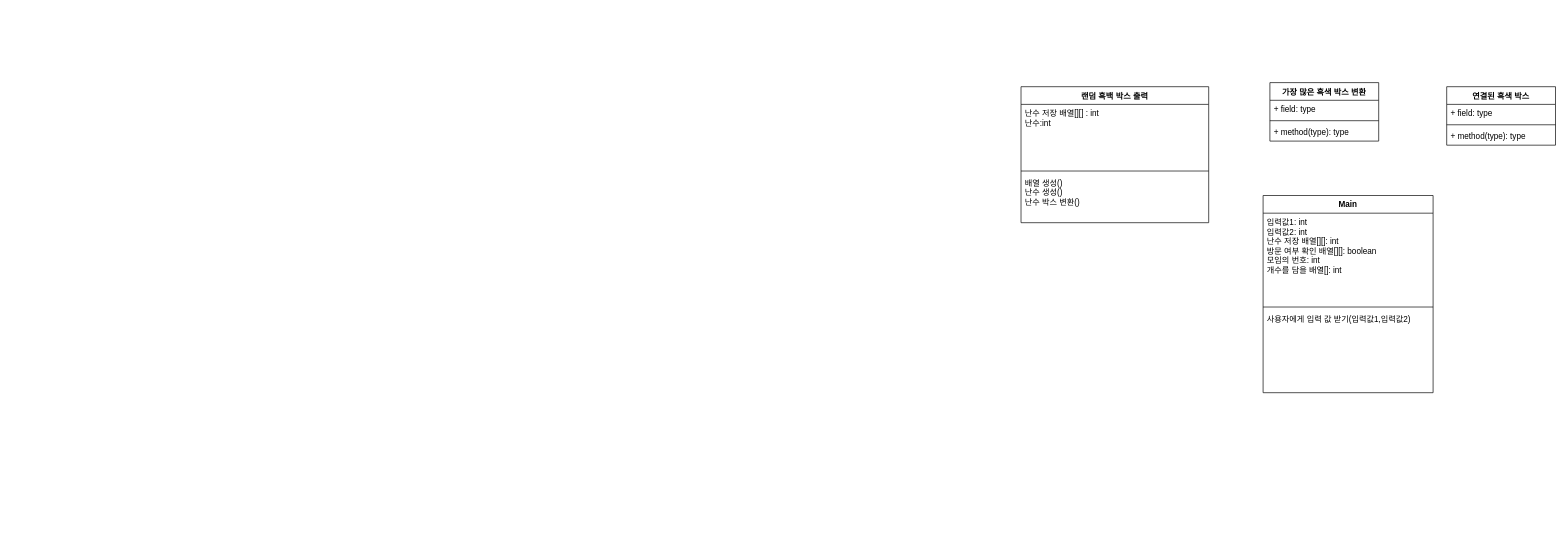
Above: Untitled Diagram.drawio in ricecakeson/LargeBox (draw.io), before the change. Source tidied: cells renumbered, new cells numbered last; positions are measured from the earlier drawing's top-left corner, leaving out a move shared by most shapes. Both pictures are drawn from the tidied source at 68%, with x=0, y=0 at pixel (1021, 82).
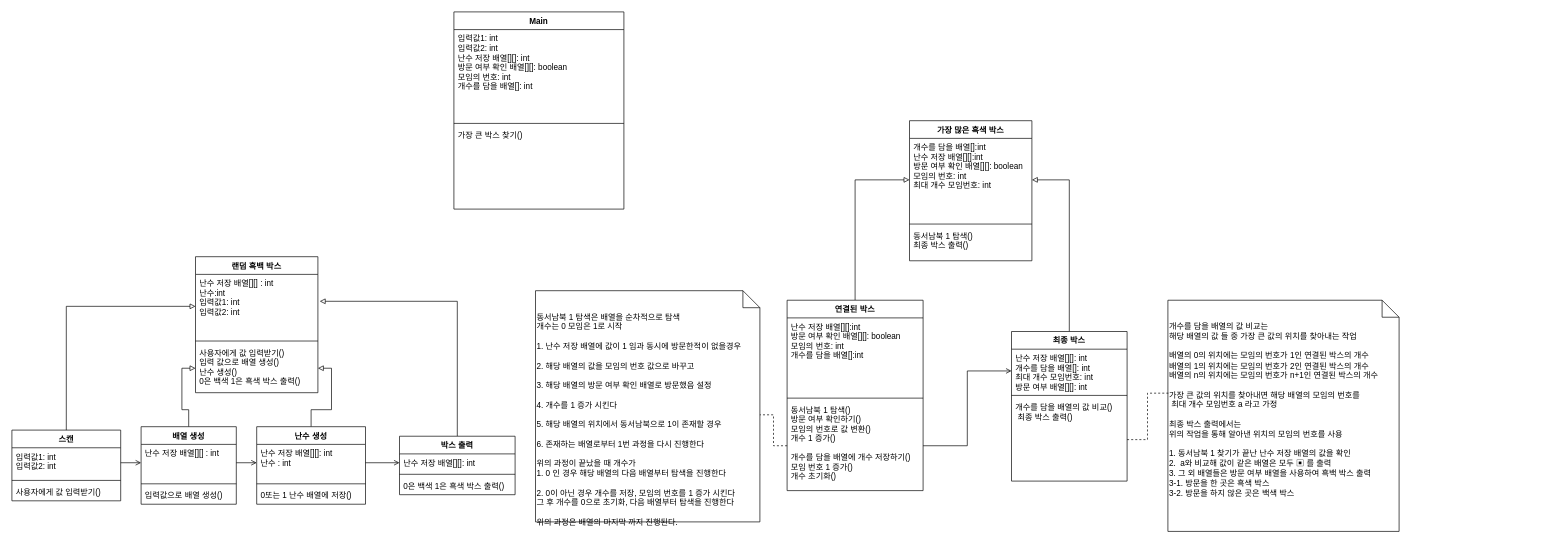
Above is the later version.

Commit message:
Large Box

Diff of the diagram source:
```diff
@@
-    <mxCell id="2" value="랜덤 흑백 박스 출력" style="swimlane;fontStyle=1;align=center;verticalAlign=top;horizontal=1;startSize=26;" parent="1" vertex="1">
-      <mxGeometry y="6" width="276" height="200" as="geometry" />
+    <mxCell id="2" value="랜덤 흑백 박스" style="swimlane;fontStyle=1;align=center;verticalAlign=top;horizontal=1;startSize=26;" parent="1" vertex="1">
+      <mxGeometry x="-1214" y="256" width="180" height="200" as="geometry" />
     </mxCell>
-    <mxCell id="3" value="난수 저장 배열[][] : int&#10;난수:int" style="text;strokeColor=none;fillColor=none;align=left;verticalAlign=top;spacingLeft=4;spacingRight=4;overflow=hidden;points=[[0,0.5],[1,0.5]];portConstraint=eastwest;" parent="2" vertex="1">
-      <mxGeometry y="26" width="276" height="94" as="geometry" />
+    <mxCell id="3" value="난수 저장 배열[][] : int&#10;난수:int&#10;입력값1: int&#10;입력값2: int" style="text;strokeColor=none;fillColor=none;align=left;verticalAlign=top;spacingLeft=4;spacingRight=4;overflow=hidden;points=[[0,0.5],[1,0.5]];portConstraint=eastwest;" parent="2" vertex="1">
+      <mxGeometry y="26" width="180" height="94" as="geometry" />
     </mxCell>
     <mxCell id="4" style="line;strokeWidth=1;fillColor=none;align=left;verticalAlign=middle;spacingTop=-1;spacingLeft=3;spacingRight=3;labelPosition=right;" parent="2" vertex="1">
-      <mxGeometry y="120" width="276" height="8" as="geometry" />
+      <mxGeometry y="120" width="180" height="8" as="geometry" />
     </mxCell>
-    <mxCell id="5" value="배열 생성()&#10;난수 생성()&#10;난수 박스 변환()&#10;" style="text;strokeColor=none;fillColor=none;align=left;verticalAlign=top;spacingLeft=4;spacingRight=4;overflow=hidden;points=[[0,0.5],[1,0.5]];portConstraint=eastwest;" parent="2" vertex="1">
-      <mxGeometry y="128" width="276" height="72" as="geometry" />
+    <mxCell id="5" value="사용자에게 값 입력받기()&#10;입력 값으로 배열 생성()&#10;난수 생성()&#10;0은 백색 1은 흑색 박스 출력()&#10;" style="text;strokeColor=none;fillColor=none;align=left;verticalAlign=top;spacingLeft=4;spacingRight=4;overflow=hidden;points=[[0,0.5],[1,0.5]];portConstraint=eastwest;" parent="2" vertex="1">
+      <mxGeometry y="128" width="180" height="72" as="geometry" />
     </mxCell>
     <mxCell id="6" value="Main" style="swimlane;fontStyle=1;align=center;verticalAlign=top;horizontal=1;startSize=26;" parent="1" vertex="1">
-      <mxGeometry x="356" y="166" width="250" height="290" as="geometry" />
+      <mxGeometry x="-834" y="-104" width="250" height="290" as="geometry" />
     </mxCell>
@@
-    <mxCell id="9" value="사용자에게 입력 값 받기(입력값1,입력값2)&#10;" style="text;strokeColor=none;fillColor=none;align=left;verticalAlign=top;spacingLeft=4;spacingRight=4;overflow=hidden;" parent="6" vertex="1">
+    <mxCell id="9" value="가장 큰 박스 찾기()&#10;" style="text;strokeColor=none;fillColor=none;align=left;verticalAlign=top;spacingLeft=4;spacingRight=4;overflow=hidden;" parent="6" vertex="1">
       <mxGeometry y="168" width="250" height="122" as="geometry" />
     </mxCell>
-    <mxCell id="10" value="연결된 흑색 박스" style="swimlane;fontStyle=1;align=center;verticalAlign=top;horizontal=1;startSize=26;" parent="1" vertex="1">
-      <mxGeometry x="626" y="6" width="160" height="86" as="geometry" />
-    </mxCell>
-    <mxCell id="11" value="+ field: type" style="text;strokeColor=none;fillColor=none;align=left;verticalAlign=top;spacingLeft=4;spacingRight=4;overflow=hidden;" parent="10" vertex="1">
-      <mxGeometry y="26" width="160" height="26" as="geometry" />
-    </mxCell>
-    <mxCell id="12" style="line;strokeWidth=1;fillColor=none;align=left;verticalAlign=middle;spacingTop=-1;spacingLeft=3;spacingRight=3;labelPosition=right;" parent="10" vertex="1">
-      <mxGeometry y="52" width="160" height="8" as="geometry" />
-    </mxCell>
-    <mxCell id="13" value="+ method(type): type" style="text;strokeColor=none;fillColor=none;align=left;verticalAlign=top;spacingLeft=4;spacingRight=4;overflow=hidden;" parent="10" vertex="1">
-      <mxGeometry y="60" width="160" height="26" as="geometry" />
-    </mxCell>
-    <mxCell id="14" value="가장 많은 흑색 박스 변환" style="swimlane;fontStyle=1;align=center;verticalAlign=top;horizontal=1;startSize=26;" parent="1" vertex="1">
-      <mxGeometry x="366" width="160" height="86" as="geometry" />
+    <mxCell id="14" value="가장 많은 흑색 박스" style="swimlane;fontStyle=1;align=center;verticalAlign=top;horizontal=1;startSize=26;" parent="1" vertex="1">
+      <mxGeometry x="-164" y="56" width="180" height="206" as="geometry" />
     </mxCell>
-    <mxCell id="15" value="+ field: type" style="text;strokeColor=none;fillColor=none;align=left;verticalAlign=top;spacingLeft=4;spacingRight=4;overflow=hidden;points=[[0,0.5],[1,0.5]];portConstraint=eastwest;" parent="14" vertex="1">
-      <mxGeometry y="26" width="160" height="26" as="geometry" />
+    <mxCell id="15" value="개수를 담을 배열[]:int&#10;난수 저장 배열[][]:int&#10;방문 여부 확인 배열[][]: boolean&#10;모임의 번호: int&#10;최대 개수 모임번호: int" style="text;strokeColor=none;fillColor=none;align=left;verticalAlign=top;spacingLeft=4;spacingRight=4;overflow=hidden;points=[[0,0.5],[1,0.5]];portConstraint=eastwest;" parent="14" vertex="1">
+      <mxGeometry y="26" width="180" height="122" as="geometry" />
     </mxCell>
     <mxCell id="16" style="line;strokeWidth=1;fillColor=none;align=left;verticalAlign=middle;spacingTop=-1;spacingLeft=3;spacingRight=3;labelPosition=right;" parent="14" vertex="1">
-      <mxGeometry y="52" width="160" height="8" as="geometry" />
+      <mxGeometry y="148" width="180" height="8" as="geometry" />
     </mxCell>
-    <mxCell id="17" value="+ method(type): type" style="text;strokeColor=none;fillColor=none;align=left;verticalAlign=top;spacingLeft=4;spacingRight=4;overflow=hidden;" parent="14" vertex="1">
-      <mxGeometry y="60" width="160" height="26" as="geometry" />
+    <mxCell id="17" value="동서남북 1 탐색()&#10;최종 박스 출력()" style="text;strokeColor=none;fillColor=none;align=left;verticalAlign=top;spacingLeft=4;spacingRight=4;overflow=hidden;" parent="14" vertex="1">
+      <mxGeometry y="156" width="180" height="50" as="geometry" />
     </mxCell>
+    <mxCell id="18" style="edgeStyle=orthogonalEdgeStyle;rounded=0;jettySize=auto;html=1;exitX=0.5;exitY=0;exitDx=0;exitDy=0;entryX=0;entryY=0.5;entryDx=0;entryDy=0;fontSize=12;endArrow=block;endFill=0;" parent="1" edge="1" source="19" target="15">
+      <mxGeometry relative="1" as="geometry" />
+    </mxCell>
+    <mxCell id="19" value="연결된 박스" style="swimlane;fontStyle=1;align=center;verticalAlign=top;horizontal=1;startSize=26;" parent="1" vertex="1">
+      <mxGeometry x="-344" y="320" width="200" height="280" as="geometry" />
+    </mxCell>
+    <mxCell id="20" value="난수 저장 배열[][]:int&#10;방문 여부 확인 배열[][]: boolean&#10;모임의 번호: int&#10;개수를 담을 배열[]:int" style="text;strokeColor=none;fillColor=none;align=left;verticalAlign=top;spacingLeft=4;spacingRight=4;overflow=hidden;" parent="19" vertex="1">
+      <mxGeometry y="26" width="200" height="114" as="geometry" />
+    </mxCell>
+    <mxCell id="21" style="line;strokeWidth=1;fillColor=none;align=left;verticalAlign=middle;spacingTop=-1;spacingLeft=3;spacingRight=3;labelPosition=right;" parent="19" vertex="1">
+      <mxGeometry y="140" width="200" height="8" as="geometry" />
+    </mxCell>
+    <mxCell id="22" value="동서남북 1 탐색()&#10;방문 여부 확인하기()&#10;모임의 번호로 값 변환()&#10;개수 1 증가()&#10;&#10;개수를 담을 배열에 개수 저장하기()&#10;모임 번호 1 증가()&#10;개수 초기화()" style="text;strokeColor=none;fillColor=none;align=left;verticalAlign=top;spacingLeft=4;spacingRight=4;overflow=hidden;points=[[0,0.5],[1,0.5]];portConstraint=eastwest;" parent="19" vertex="1">
+      <mxGeometry y="148" width="200" height="132" as="geometry" />
+    </mxCell>
+    <mxCell id="23" style="edgeStyle=orthogonalEdgeStyle;rounded=0;jettySize=auto;html=1;exitX=0.5;exitY=0;exitDx=0;exitDy=0;entryX=1.015;entryY=0.421;entryDx=0;entryDy=0;entryPerimeter=0;fontSize=12;endArrow=block;endFill=0;" parent="1" edge="1" source="24" target="3">
+      <mxGeometry relative="1" as="geometry" />
+    </mxCell>
+    <mxCell id="24" value="박스 출력" style="swimlane;fontStyle=1;align=center;verticalAlign=top;horizontal=1;startSize=26;" parent="1" vertex="1">
+      <mxGeometry x="-914" y="520" width="170" height="86" as="geometry" />
+    </mxCell>
+    <mxCell id="25" value="난수 저장 배열[][]: int" style="text;strokeColor=none;fillColor=none;align=left;verticalAlign=top;spacingLeft=4;spacingRight=4;overflow=hidden;points=[[0,0.5],[1,0.5]];portConstraint=eastwest;" parent="24" vertex="1">
+      <mxGeometry y="26" width="170" height="26" as="geometry" />
+    </mxCell>
+    <mxCell id="26" style="line;strokeWidth=1;fillColor=none;align=left;verticalAlign=middle;spacingTop=-1;spacingLeft=3;spacingRight=3;labelPosition=right;" parent="24" vertex="1">
+      <mxGeometry y="52" width="170" height="8" as="geometry" />
+    </mxCell>
+    <mxCell id="27" value="0은 백색 1은 흑색 박스 출력()" style="text;strokeColor=none;fillColor=none;align=left;verticalAlign=top;spacingLeft=4;spacingRight=4;overflow=hidden;" parent="24" vertex="1">
+      <mxGeometry y="60" width="170" height="26" as="geometry" />
+    </mxCell>
+    <mxCell id="28" style="edgeStyle=orthogonalEdgeStyle;rounded=0;jettySize=auto;html=1;exitX=0.5;exitY=0;exitDx=0;exitDy=0;entryX=1;entryY=0.5;entryDx=0;entryDy=0;fontSize=12;endArrow=block;endFill=0;" parent="1" edge="1" source="29" target="5">
+      <mxGeometry relative="1" as="geometry" />
+    </mxCell>
+    <mxCell id="29" value="난수 생성" style="swimlane;fontStyle=1;align=center;verticalAlign=top;horizontal=1;startSize=26;" parent="1" vertex="1">
+      <mxGeometry x="-1124" y="506" width="160" height="114" as="geometry" />
+    </mxCell>
+    <mxCell id="30" value="난수 저장 배열[][]: int&#10;난수 : int" style="text;strokeColor=none;fillColor=none;align=left;verticalAlign=top;spacingLeft=4;spacingRight=4;overflow=hidden;points=[[0,0.5],[1,0.5]];portConstraint=eastwest;" parent="29" vertex="1">
+      <mxGeometry y="26" width="160" height="54" as="geometry" />
+    </mxCell>
+    <mxCell id="31" style="line;strokeWidth=1;fillColor=none;align=left;verticalAlign=middle;spacingTop=-1;spacingLeft=3;spacingRight=3;labelPosition=right;" parent="29" vertex="1">
+      <mxGeometry y="80" width="160" height="8" as="geometry" />
+    </mxCell>
+    <mxCell id="32" value="0또는 1 난수 배열에 저장()" style="text;strokeColor=none;fillColor=none;align=left;verticalAlign=top;spacingLeft=4;spacingRight=4;overflow=hidden;" parent="29" vertex="1">
+      <mxGeometry y="88" width="160" height="26" as="geometry" />
+    </mxCell>
+    <mxCell id="33" style="edgeStyle=orthogonalEdgeStyle;rounded=0;jettySize=auto;html=1;exitX=0.5;exitY=0;exitDx=0;exitDy=0;entryX=0;entryY=0.5;entryDx=0;entryDy=0;fontSize=12;endArrow=block;endFill=0;" parent="1" edge="1" source="34" target="5">
+      <mxGeometry relative="1" as="geometry" />
+    </mxCell>
+    <mxCell id="34" value="배열 생성" style="swimlane;fontStyle=1;align=center;verticalAlign=top;horizontal=1;startSize=26;" parent="1" vertex="1">
+      <mxGeometry x="-1294" y="506" width="140" height="114" as="geometry" />
+    </mxCell>
+    <mxCell id="35" value="난수 저장 배열[][] : int" style="text;strokeColor=none;fillColor=none;align=left;verticalAlign=top;spacingLeft=4;spacingRight=4;overflow=hidden;points=[[0,0.5],[1,0.5]];portConstraint=eastwest;" parent="34" vertex="1">
+      <mxGeometry y="26" width="140" height="54" as="geometry" />
+    </mxCell>
+    <mxCell id="36" style="line;strokeWidth=1;fillColor=none;align=left;verticalAlign=middle;spacingTop=-1;spacingLeft=3;spacingRight=3;labelPosition=right;" parent="34" vertex="1">
+      <mxGeometry y="80" width="140" height="8" as="geometry" />
+    </mxCell>
+    <mxCell id="37" value="입력값으로 배열 생성()" style="text;strokeColor=none;fillColor=none;align=left;verticalAlign=top;spacingLeft=4;spacingRight=4;overflow=hidden;" parent="34" vertex="1">
+      <mxGeometry y="88" width="140" height="26" as="geometry" />
+    </mxCell>
+    <mxCell id="38" style="edgeStyle=orthogonalEdgeStyle;rounded=0;jettySize=auto;html=1;exitX=0.5;exitY=0;exitDx=0;exitDy=0;entryX=1;entryY=0.5;entryDx=0;entryDy=0;fontSize=12;endArrow=block;endFill=0;" parent="1" edge="1" source="39" target="15">
+      <mxGeometry relative="1" as="geometry" />
+    </mxCell>
+    <mxCell id="39" value="최종 박스" style="swimlane;fontStyle=1;align=center;verticalAlign=top;horizontal=1;startSize=26;" parent="1" vertex="1">
+      <mxGeometry x="-14" y="366" width="170" height="220" as="geometry" />
+    </mxCell>
+    <mxCell id="40" value="난수 저장 배열[][]: int&#10;개수를 담을 배열[]: int&#10;최대 개수 모임번호: int&#10;방문 여부 배열[][]: int" style="text;strokeColor=none;fillColor=none;align=left;verticalAlign=top;spacingLeft=4;spacingRight=4;overflow=hidden;points=[[0,0.5],[1,0.5]];portConstraint=eastwest;" parent="39" vertex="1">
+      <mxGeometry y="26" width="170" height="64" as="geometry" />
+    </mxCell>
+    <mxCell id="41" style="line;strokeWidth=1;fillColor=none;align=left;verticalAlign=middle;spacingTop=-1;spacingLeft=3;spacingRight=3;labelPosition=right;" parent="39" vertex="1">
+      <mxGeometry y="90" width="170" height="8" as="geometry" />
+    </mxCell>
+    <mxCell id="42" value="개수를 담을 배열의 값 비교()&#10; 최종 박스 출력()  &#10;" style="text;strokeColor=none;fillColor=none;align=left;verticalAlign=top;spacingLeft=4;spacingRight=4;overflow=hidden;points=[[0,0.5],[1,0.5]];portConstraint=eastwest;" parent="39" vertex="1">
+      <mxGeometry y="98" width="170" height="122" as="geometry" />
+    </mxCell>
+    <mxCell id="43" value="&lt;font style=&quot;font-size: 12px&quot;&gt;동서남북 1 탐색은 배열을 순차적으로 탐색&lt;br&gt;개수는 0 모임은 1로 시작&lt;br&gt;&lt;br&gt;1. 난수 저장 배열에 값이 1 임과 동시에 방문한적이 없을경우&lt;br&gt;&lt;br&gt;2. 해당 배열의 값을 모임의 번호 값으로 바꾸고&lt;br&gt;&lt;br&gt;3. 해당 배열의 방문 여부 확인 배열로 방문했음 설정&lt;br&gt;&lt;br&gt;4. 개수를 1 증가 시킨다&lt;br&gt;&lt;br&gt;5. 해당 배열의 위치에서 동서남북으로 1이 존재할 경우&lt;br&gt;&lt;br&gt;6. 존재하는 배열로부터 1번 과정을 다시 진행한다&lt;br&gt;&lt;br&gt;위의 과정이 끝났을 때 개수가 &lt;br&gt;1. 0 인 경우 해당 배열의 다음 배열부터 탐색을 진행한다&lt;br&gt;&lt;br&gt;2. 0이 아닌 경우 개수를 저장, 모임의 번호를 1 증가 시킨다&lt;br&gt;그 후 개수를 0으로 초기화, 다음 배열부터 탐색을 진행한다&lt;br&gt;&lt;br&gt;위의 과정은 배열의 마지막 까지 진행된다.&lt;br&gt;&lt;/font&gt;" style="shape=note2;boundedLbl=1;whiteSpace=wrap;html=1;size=25;verticalAlign=top;align=left;fontSize=11;" parent="1" vertex="1">
+      <mxGeometry x="-714" y="306" width="330" height="340" as="geometry" />
+    </mxCell>
+    <mxCell id="44" value="스캔" style="swimlane;fontStyle=1;align=center;verticalAlign=top;horizontal=1;startSize=26;fontSize=12;" parent="1" vertex="1">
+      <mxGeometry x="-1484" y="511" width="160" height="104" as="geometry" />
+    </mxCell>
+    <mxCell id="45" value="입력값1: int&#10;입력값2: int" style="text;strokeColor=none;fillColor=none;align=left;verticalAlign=top;spacingLeft=4;spacingRight=4;overflow=hidden;points=[[0,0.5],[1,0.5]];portConstraint=eastwest;fontSize=12;" parent="44" vertex="1">
+      <mxGeometry y="26" width="160" height="44" as="geometry" />
+    </mxCell>
+    <mxCell id="46" style="line;strokeWidth=1;fillColor=none;align=left;verticalAlign=middle;spacingTop=-1;spacingLeft=3;spacingRight=3;labelPosition=right;fontSize=12;" parent="44" vertex="1">
+      <mxGeometry y="70" width="160" height="8" as="geometry" />
+    </mxCell>
+    <mxCell id="47" value="사용자에게 값 입력받기()" style="text;strokeColor=none;fillColor=none;align=left;verticalAlign=top;spacingLeft=4;spacingRight=4;overflow=hidden;fontSize=12;" parent="44" vertex="1">
+      <mxGeometry y="78" width="160" height="26" as="geometry" />
+    </mxCell>
+    <mxCell id="48" style="edgeStyle=orthogonalEdgeStyle;rounded=0;jettySize=auto;html=1;exitX=0.5;exitY=0;exitDx=0;exitDy=0;entryX=0;entryY=0.5;entryDx=0;entryDy=0;fontSize=12;endArrow=block;endFill=0;" parent="1" edge="1" source="44" target="3">
+      <mxGeometry relative="1" as="geometry" />
+    </mxCell>
+    <mxCell id="49" style="rounded=0;jettySize=auto;html=1;entryX=0;entryY=0;entryDx=330;entryDy=182.5;entryPerimeter=0;fontSize=12;endArrow=none;endFill=0;dashed=1;edgeStyle=orthogonalEdgeStyle;" parent="1" edge="1" source="22" target="43">
+      <mxGeometry relative="1" as="geometry" />
+    </mxCell>
+    <mxCell id="50" value="&lt;font style=&quot;font-size: 12px&quot;&gt;개수를 담을 배열의 값 비교는&lt;br&gt;해당 배열의 값 들 중 가장 큰 값의 위치를 찾아내는 작업&lt;br&gt;&lt;br&gt;배열의 0의 위치에는 모임의 번호가 1인 연결된 박스의 개수&lt;br&gt;배열의 1의 위치에는 모임의 번호가 2인 연결된 박스의 개수&lt;br&gt;배열의 n의 위치에는 모임의 번호가 n+1인 연결된 박스의 개수&lt;br&gt;&lt;br&gt;가장 큰 값의 위치를 찾아내면 해당 배열의 모임의 번호를&lt;br&gt;&amp;nbsp;최대 개수 모임번호 a 라고 가정&lt;br&gt;&lt;br&gt;최종 박스 출력에서는&lt;br&gt;위의 작업을 통해 알아낸 위치의 모임의 번호를 사용&lt;br&gt;&lt;br&gt;1. 동서남북 1 찾기가 끝난 난수 저장 배열의 값을 확인&lt;br&gt;2.&amp;nbsp; a와 비교해 값이 같은 배열은 모두&amp;nbsp;&lt;span&gt;▣ 를 출력&lt;br&gt;&lt;/span&gt;3. 그 외 배열들은 방문 여부 배열을 사용하여 흑백 박스 출력&lt;br&gt;3-1. 방문을 한 곳은 흑색 박스&lt;br&gt;3-2. 방문을 하지 않은 곳은 백색 박스&lt;br&gt;&lt;br&gt;&lt;/font&gt;" style="shape=note2;boundedLbl=1;whiteSpace=wrap;html=1;size=25;verticalAlign=top;align=left;fontSize=11;" parent="1" vertex="1">
+      <mxGeometry x="216" y="320" width="340" height="340" as="geometry" />
+    </mxCell>
+    <mxCell id="51" style="rounded=0;jettySize=auto;html=1;exitX=1;exitY=0.5;exitDx=0;exitDy=0;entryX=0.005;entryY=0.402;entryDx=0;entryDy=0;entryPerimeter=0;fontSize=12;endArrow=none;endFill=0;dashed=1;edgeStyle=orthogonalEdgeStyle;" parent="1" edge="1" source="42" target="50">
+      <mxGeometry relative="1" as="geometry" />
+    </mxCell>
+    <mxCell id="52" style="edgeStyle=orthogonalEdgeStyle;rounded=0;jettySize=auto;html=1;exitX=1;exitY=0.5;exitDx=0;exitDy=0;entryX=0;entryY=0.5;entryDx=0;entryDy=0;fontSize=12;endArrow=open;endFill=0;" parent="1" edge="1" source="45" target="35">
+      <mxGeometry relative="1" as="geometry" />
+    </mxCell>
+    <mxCell id="53" style="edgeStyle=orthogonalEdgeStyle;rounded=0;jettySize=auto;html=1;exitX=1;exitY=0.5;exitDx=0;exitDy=0;entryX=0;entryY=0.5;entryDx=0;entryDy=0;fontSize=12;endArrow=open;endFill=0;" parent="1" edge="1" source="35" target="30">
+      <mxGeometry relative="1" as="geometry" />
+    </mxCell>
+    <mxCell id="54" style="edgeStyle=orthogonalEdgeStyle;rounded=0;jettySize=auto;html=1;exitX=1;exitY=0.5;exitDx=0;exitDy=0;entryX=0;entryY=0.5;entryDx=0;entryDy=0;fontSize=12;endArrow=open;endFill=0;" parent="1" edge="1" source="30" target="25">
+      <mxGeometry relative="1" as="geometry" />
+    </mxCell>
+    <mxCell id="55" style="edgeStyle=orthogonalEdgeStyle;rounded=0;jettySize=auto;html=1;exitX=1;exitY=0.5;exitDx=0;exitDy=0;fontSize=12;endArrow=open;endFill=0;" parent="1" edge="1" source="22" target="40">
+      <mxGeometry relative="1" as="geometry" />
+    </mxCell>
```
